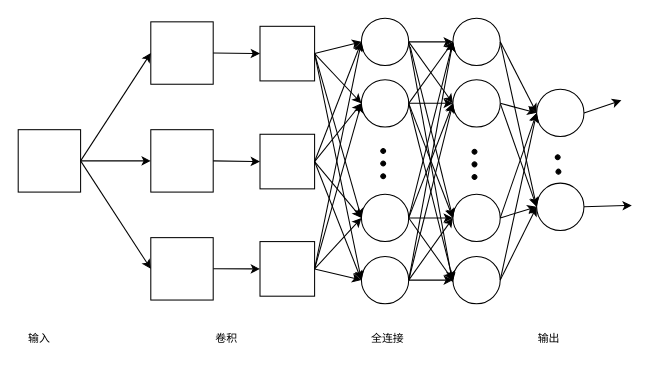
Earlier version of the draw.io diagram 卷积神经网络.drawio (Liz606/Liz-todos). Source tidied: cells renumbered, new cells numbered last; positions are measured from the earlier drawing's top-left corner, leaving out a move shared by most shapes. Both pictures are drawn from the tidied source at 104%, with x=0, y=0 at pixel (18, 18).
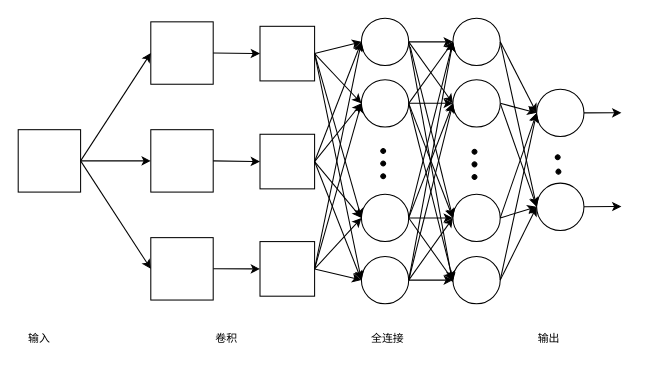
The same diagram, later.

Commit message (it also covers changes not shown here):
更新卷积神经网络.drawio

Unchanged cells that the change refers to:
```xml
<mxCell id="6" style="group;" parent="1" vertex="1">
  <mxGeometry width="600" height="281.6" as="geometry" />
</mxCell>
<mxCell id="45" style="ellipse;whiteSpace=wrap;html=1;strokeWidth=1;" parent="6" vertex="1">
  <mxGeometry x="498.5" y="68.3" width="45.5" height="45.5" as="geometry" />
</mxCell>
<mxCell id="48" style="ellipse;whiteSpace=wrap;html=1;strokeWidth=1;" parent="6" vertex="1">
  <mxGeometry x="498.5" y="158.6" width="45.5" height="45.5" as="geometry" />
</mxCell>
```

The edit, as a diff of the source:
```diff
@@
-    <mxCell id="47" style="edgeStyle=none;rounded=0;jettySize=auto;html=1;exitX=1;exitY=0.5;exitDx=0;exitDy=0;strokeWidth=1;" parent="6" edge="1" source="48">
-      <mxGeometry relative="1" as="geometry">
-        <mxPoint x="590" y="180" as="targetPoint" />
-      </mxGeometry>
-    </mxCell>
@@
-    <mxCell id="77" style="edgeStyle=none;rounded=0;jettySize=auto;html=1;exitX=1;exitY=0.5;exitDx=0;exitDy=0;strokeWidth=1;fontSize=10.5;" parent="1" edge="1" source="45">
-      <mxGeometry relative="1" as="geometry">
-        <mxPoint x="580" y="79" as="targetPoint" />
-      </mxGeometry>
-    </mxCell>
+    <mxCell id="78" style="edgeStyle=none;rounded=0;jettySize=auto;html=1;exitX=1;exitY=0.5;exitDx=0;exitDy=0;strokeWidth=1;fontSize=10.5;" parent="1" edge="1" source="45">
+      <mxGeometry relative="1" as="geometry">
+        <mxPoint x="580" y="91" as="targetPoint" />
+      </mxGeometry>
+    </mxCell>
+    <mxCell id="79" style="edgeStyle=none;rounded=0;jettySize=auto;html=1;exitX=1;exitY=0.5;exitDx=0;exitDy=0;strokeWidth=1;fontSize=10.5;" parent="1" edge="1" source="48">
+      <mxGeometry relative="1" as="geometry">
+        <mxPoint x="580" y="181" as="targetPoint" />
+      </mxGeometry>
+    </mxCell>
```
